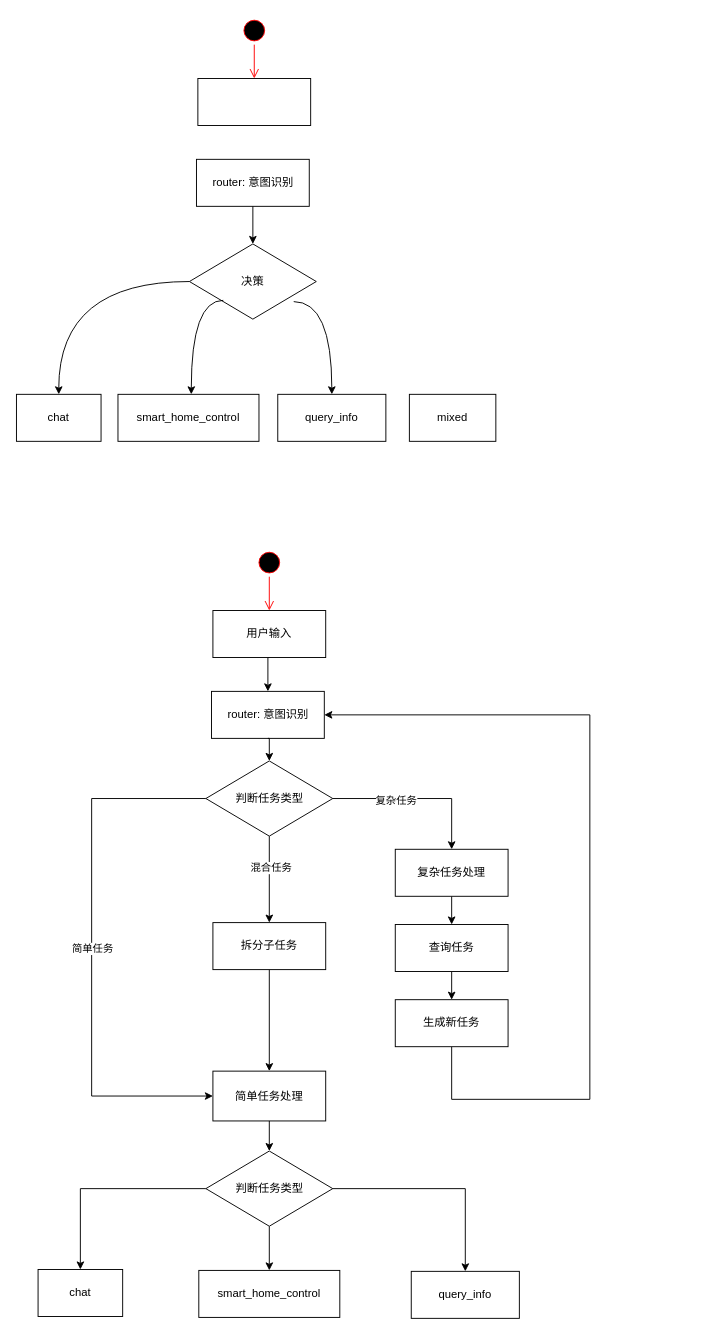
DEDE4306/WiseHome keeps this draw.io diagram as 未命名绘图.drawio. Above is the earlier version. Source tidied: cells renumbered, new cells numbered last; positions are measured from the earlier drawing's top-left corner, leaving out a move shared by most shapes. Both pictures are drawn from the tidied source at 94%, with x=0, y=0 at pixel (16, 16).
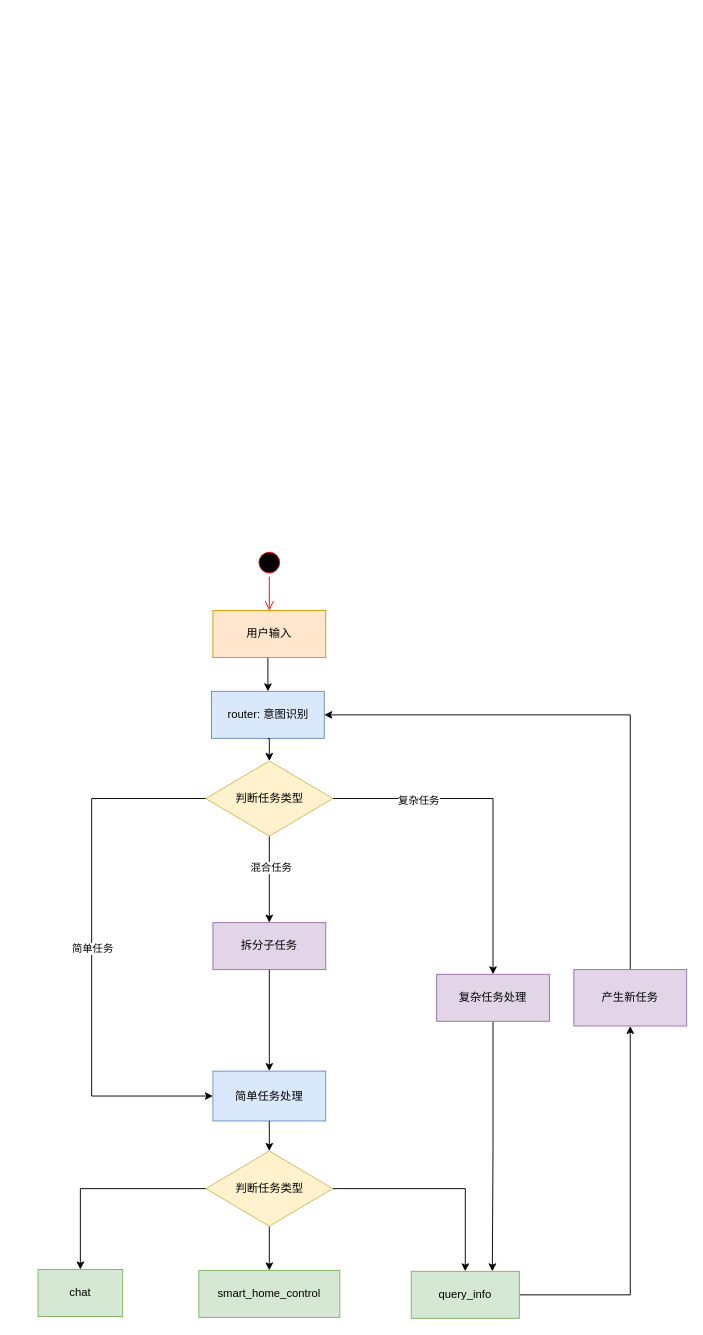
The same diagram, later.

Unchanged cells that the change refers to:
```xml
<mxCell id="37" style="edgeStyle=orthogonalEdgeStyle;rounded=0;jettySize=auto;html=1;exitX=1;exitY=0.5;exitDx=0;exitDy=0;exitPerimeter=0;entryX=0.5;entryY=0;entryDx=0;entryDy=0;" parent="1" edge="1" source="41" target="30">
  <mxGeometry relative="1" as="geometry" />
</mxCell>
```

The edit, as a diff of the source:
```diff
@@
-    <mxCell id="2" style="ellipse;html=1;shape=startState;fillColor=#000000;strokeColor=#ff0000;" parent="1" vertex="1">
-      <mxGeometry x="238" width="30" height="30" as="geometry" />
-    </mxCell>
-    <mxCell id="3" style="edgeStyle=orthogonalEdgeStyle;html=1;verticalAlign=bottom;endArrow=open;endSize=8;strokeColor=#ff0000;rounded=0;entryX=0.5;entryY=0;entryDx=0;entryDy=0;" parent="1" edge="1" source="2" target="10">
-      <mxGeometry relative="1" as="geometry" />
-    </mxCell>
-    <mxCell id="4" value="router: 意图识别" style="rounded=0;whiteSpace=wrap;html=1;" parent="1" vertex="1">
-      <mxGeometry x="191.5" y="152" width="120" height="50" as="geometry" />
-    </mxCell>
-    <mxCell id="5" style="edgeStyle=orthogonalEdgeStyle;rounded=0;jettySize=auto;html=1;exitX=0;exitY=0.5;exitDx=0;exitDy=0;exitPerimeter=0;entryX=0.5;entryY=0;entryDx=0;entryDy=0;curved=1;" parent="1" edge="1" source="6" target="8">
-      <mxGeometry relative="1" as="geometry" />
-    </mxCell>
-    <mxCell id="6" value="决策" style="strokeWidth=1;html=1;shape=mxgraph.flowchart.decision;whiteSpace=wrap;" parent="1" vertex="1">
-      <mxGeometry x="184" y="242" width="135" height="80" as="geometry" />
-    </mxCell>
-    <mxCell id="7" style="edgeStyle=orthogonalEdgeStyle;rounded=0;jettySize=auto;html=1;exitX=0.5;exitY=1;exitDx=0;exitDy=0;entryX=0.5;entryY=0;entryDx=0;entryDy=0;entryPerimeter=0;" parent="1" edge="1" source="4" target="6">
-      <mxGeometry relative="1" as="geometry" />
-    </mxCell>
-    <mxCell id="8" value="chat" style="rounded=0;whiteSpace=wrap;html=1;" parent="1" vertex="1">
-      <mxGeometry y="402" width="90" height="50" as="geometry" />
-    </mxCell>
-    <mxCell id="9" value="smart_home_control" style="rounded=0;whiteSpace=wrap;html=1;" parent="1" vertex="1">
-      <mxGeometry x="108" y="402" width="150" height="50" as="geometry" />
-    </mxCell>
-    <mxCell id="10" style="rounded=0;whiteSpace=wrap;html=1;" parent="1" vertex="1">
-      <mxGeometry x="193" y="66" width="120" height="50" as="geometry" />
-    </mxCell>
-    <mxCell id="11" style="endArrow=classic;html=1;rounded=0;edgeStyle=orthogonalEdgeStyle;curved=1;endFill=1;entryX=0.5;entryY=0;entryDx=0;entryDy=0;" parent="1" edge="1">
-      <mxGeometry relative="1" as="geometry">
-        <mxPoint x="220" y="302" as="sourcePoint" />
-        <mxPoint x="186" y="402" as="targetPoint" />
-        <Array as="points">
-          <mxPoint x="186" y="302" />
-        </Array>
-      </mxGeometry>
-    </mxCell>
-    <mxCell id="12" value="query_info" style="rounded=0;whiteSpace=wrap;html=1;" parent="1" vertex="1">
-      <mxGeometry x="278" y="402" width="115" height="50" as="geometry" />
-    </mxCell>
-    <mxCell id="13" value="mixed" style="rounded=0;whiteSpace=wrap;html=1;" parent="1" vertex="1">
-      <mxGeometry x="418" y="402" width="92" height="50" as="geometry" />
-    </mxCell>
-    <mxCell id="14" style="endArrow=classic;html=1;rounded=0;endFill=1;entryX=0.5;entryY=0;entryDx=0;entryDy=0;exitX=0.822;exitY=0.767;exitDx=0;exitDy=0;exitPerimeter=0;edgeStyle=orthogonalEdgeStyle;curved=1;" parent="1" edge="1" source="6" target="12">
-      <mxGeometry relative="1" as="geometry">
-        <Array as="points">
-          <mxPoint x="336" y="303" />
-        </Array>
-      </mxGeometry>
-    </mxCell>
@@
-    <mxCell id="17" value="router: 意图识别" style="rounded=0;whiteSpace=wrap;html=1;" parent="1" vertex="1">
+    <mxCell id="17" value="router: 意图识别" style="rounded=0;whiteSpace=wrap;html=1;fillColor=#dae8fc;strokeColor=#6c8ebf;" parent="1" vertex="1">
       <mxGeometry x="207.5" y="718" width="120" height="50" as="geometry" />
     </mxCell>
@@
-    <mxCell id="21" value="判断任务类型" style="strokeWidth=1;html=1;shape=mxgraph.flowchart.decision;whiteSpace=wrap;" parent="1" vertex="1">
+    <mxCell id="21" value="判断任务类型" style="strokeWidth=1;html=1;shape=mxgraph.flowchart.decision;whiteSpace=wrap;fillColor=#fff2cc;strokeColor=#d6b656;" parent="1" vertex="1">
       <mxGeometry x="201.5" y="1207" width="135" height="80" as="geometry" />
     </mxCell>
-    <mxCell id="22" value="chat" style="rounded=0;whiteSpace=wrap;html=1;" parent="1" vertex="1">
+    <mxCell id="22" value="chat" style="rounded=0;whiteSpace=wrap;html=1;fillColor=#d5e8d4;strokeColor=#82b366;" parent="1" vertex="1">
       <mxGeometry x="23" y="1333" width="90" height="50" as="geometry" />
     </mxCell>
-    <mxCell id="23" value="smart_home_control" style="rounded=0;whiteSpace=wrap;html=1;" parent="1" vertex="1">
+    <mxCell id="23" value="smart_home_control" style="rounded=0;whiteSpace=wrap;html=1;fillColor=#d5e8d4;strokeColor=#82b366;" parent="1" vertex="1">
       <mxGeometry x="194" y="1334" width="150" height="50" as="geometry" />
     </mxCell>
@@
-    <mxCell id="25" value="用户输入" style="rounded=0;whiteSpace=wrap;html=1;" parent="1" vertex="1">
+    <mxCell id="25" value="用户输入" style="rounded=0;whiteSpace=wrap;html=1;fillColor=#ffe6cc;strokeColor=#d79b00;" parent="1" vertex="1">
       <mxGeometry x="209" y="632" width="120" height="50" as="geometry" />
     </mxCell>
+    <mxCell id="45" style="edgeStyle=orthogonalEdgeStyle;rounded=0;jettySize=auto;html=1;exitX=1;exitY=0.5;exitDx=0;exitDy=0;entryX=0.5;entryY=1;entryDx=0;entryDy=0;" parent="1" edge="1" source="26" target="47">
+      <mxGeometry relative="1" as="geometry" />
+    </mxCell>
-    <mxCell id="26" value="query_info" style="rounded=0;whiteSpace=wrap;html=1;" parent="1" vertex="1">
+    <mxCell id="26" value="query_info" style="rounded=0;whiteSpace=wrap;html=1;fillColor=#d5e8d4;strokeColor=#82b366;" parent="1" vertex="1">
       <mxGeometry x="420" y="1335" width="115" height="50" as="geometry" />
     </mxCell>
@@
-    <mxCell id="28" value="拆分子任务" style="rounded=0;whiteSpace=wrap;html=1;" parent="1" vertex="1">
+    <mxCell id="28" value="拆分子任务" style="rounded=0;whiteSpace=wrap;html=1;fillColor=#e1d5e7;strokeColor=#9673a6;" parent="1" vertex="1">
       <mxGeometry x="209" y="964" width="120" height="50" as="geometry" />
     </mxCell>
-    <mxCell id="29" style="edgeStyle=orthogonalEdgeStyle;rounded=0;jettySize=auto;html=1;exitX=0.5;exitY=1;exitDx=0;exitDy=0;entryX=0.5;entryY=0;entryDx=0;entryDy=0;" parent="1" edge="1" source="30" target="32">
+    <mxCell id="29" style="edgeStyle=orthogonalEdgeStyle;rounded=0;jettySize=auto;html=1;exitX=0.5;exitY=1;exitDx=0;exitDy=0;entryX=0.75;entryY=0;entryDx=0;entryDy=0;" parent="1" edge="1" source="30" target="26">
       <mxGeometry relative="1" as="geometry" />
     </mxCell>
-    <mxCell id="30" value="复杂任务处理" style="rounded=0;whiteSpace=wrap;html=1;" parent="1" vertex="1">
-      <mxGeometry x="403" y="886" width="120" height="50" as="geometry" />
+    <mxCell id="30" value="复杂任务处理" style="rounded=0;whiteSpace=wrap;html=1;fillColor=#e1d5e7;strokeColor=#9673a6;" parent="1" vertex="1">
+      <mxGeometry x="447" y="1019" width="120" height="50" as="geometry" />
     </mxCell>
-    <mxCell id="31" style="edgeStyle=orthogonalEdgeStyle;rounded=0;jettySize=auto;html=1;exitX=0.5;exitY=1;exitDx=0;exitDy=0;entryX=0.5;entryY=0;entryDx=0;entryDy=0;" parent="1" edge="1" source="32" target="34">
-      <mxGeometry relative="1" as="geometry" />
-    </mxCell>
-    <mxCell id="32" value="查询任务" style="rounded=0;whiteSpace=wrap;html=1;" parent="1" vertex="1">
-      <mxGeometry x="403" y="966" width="120" height="50" as="geometry" />
-    </mxCell>
-    <mxCell id="33" style="edgeStyle=orthogonalEdgeStyle;rounded=0;jettySize=auto;html=1;exitX=0.5;exitY=1;exitDx=0;exitDy=0;entryX=1;entryY=0.5;entryDx=0;entryDy=0;" parent="1" edge="1" source="34" target="17">
-      <mxGeometry relative="1" as="geometry">
-        <Array as="points">
-          <mxPoint x="463" y="1152" />
-          <mxPoint x="610" y="1152" />
-          <mxPoint x="610" y="743" />
-        </Array>
-      </mxGeometry>
-    </mxCell>
-    <mxCell id="34" value="生成新任务" style="rounded=0;whiteSpace=wrap;html=1;" parent="1" vertex="1">
-      <mxGeometry x="403" y="1046" width="120" height="50" as="geometry" />
-    </mxCell>
@@
     <mxCell id="38" value="复杂任务" style="edgeLabel;html=1;align=center;verticalAlign=middle;" parent="37" vertex="1">
       <mxGeometry x="-0.27" y="-2" relative="1" as="geometry">
-        <mxPoint x="1" y="-1" as="offset" />
+        <mxPoint x="-39" y="-1" as="offset" />
       </mxGeometry>
     </mxCell>
@@
-    <mxCell id="41" value="判断任务类型" style="strokeWidth=1;html=1;shape=mxgraph.flowchart.decision;whiteSpace=wrap;" parent="1" vertex="1">
+    <mxCell id="41" value="判断任务类型" style="strokeWidth=1;html=1;shape=mxgraph.flowchart.decision;whiteSpace=wrap;fillColor=#fff2cc;strokeColor=#d6b656;" parent="1" vertex="1">
       <mxGeometry x="201.5" y="792" width="135" height="80" as="geometry" />
     </mxCell>
-    <mxCell id="42" value="简单任务处理" style="rounded=0;whiteSpace=wrap;html=1;" parent="1" vertex="1">
+    <mxCell id="42" value="简单任务处理" style="rounded=0;whiteSpace=wrap;html=1;fillColor=#dae8fc;strokeColor=#6c8ebf;" parent="1" vertex="1">
       <mxGeometry x="209" y="1122" width="120" height="53" as="geometry" />
     </mxCell>
@@
+    <mxCell id="46" style="edgeStyle=orthogonalEdgeStyle;rounded=0;jettySize=auto;html=1;exitX=0.5;exitY=0;exitDx=0;exitDy=0;entryX=1;entryY=0.5;entryDx=0;entryDy=0;" parent="1" edge="1" source="47" target="17">
+      <mxGeometry relative="1" as="geometry" />
+    </mxCell>
+    <mxCell id="47" value="产生新任务" style="rounded=0;whiteSpace=wrap;html=1;fillColor=#e1d5e7;strokeColor=#9673a6;" parent="1" vertex="1">
+      <mxGeometry x="593" y="1014" width="120" height="60" as="geometry" />
+    </mxCell>
```
